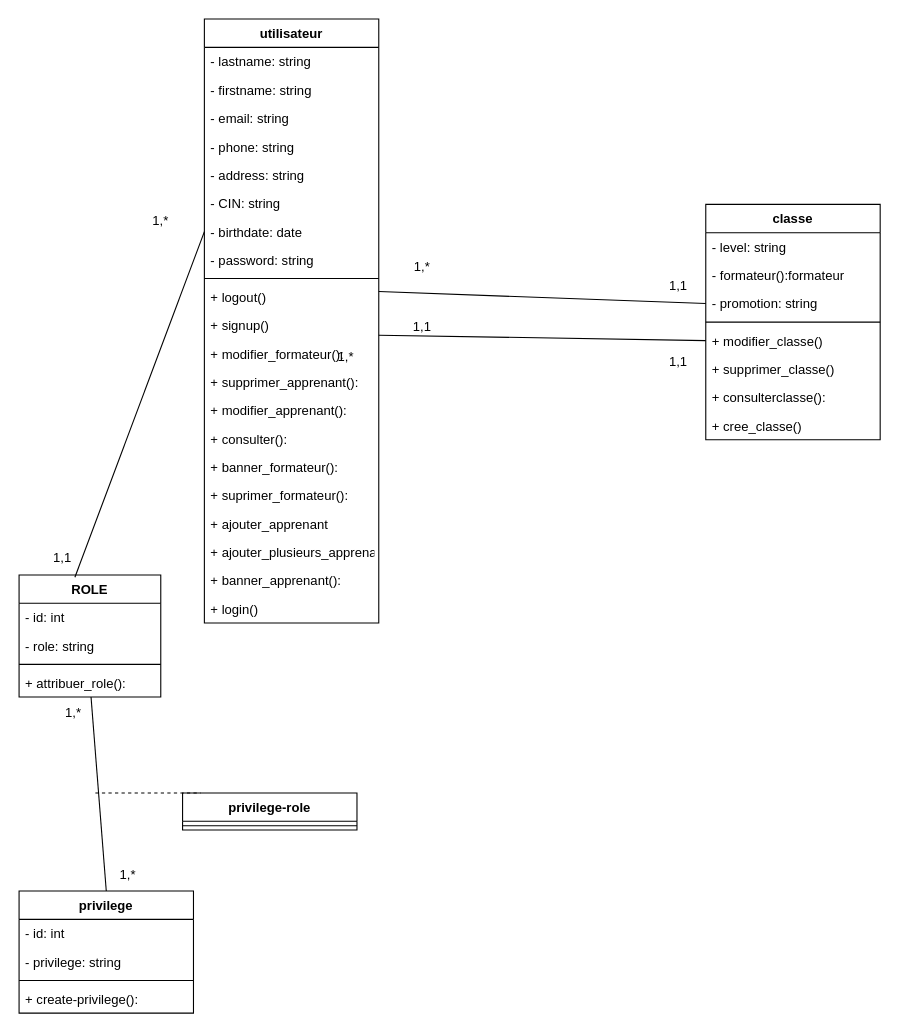
Earlier version of the draw.io diagram conception/diagramme_classe.drawio (AllaouiJihad/gestion-d-cole-YouCode). Source tidied: cells renumbered, new cells numbered last; positions are measured from the earlier drawing's top-left corner, leaving out a move shared by most shapes. Both pictures are drawn from the tidied source at 109%, with x=0, y=0 at pixel (19, 19).
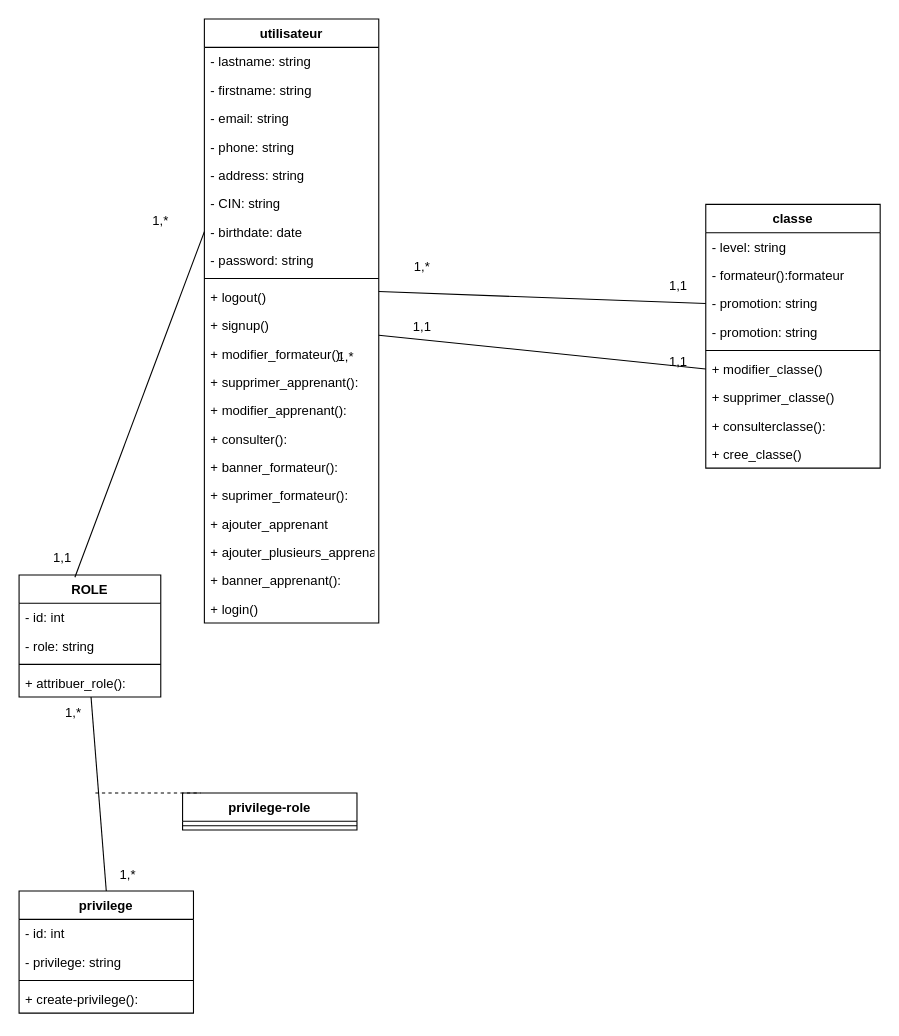
Above is the later version.

Commit message (it also covers changes not shown here):
add class classe & methods of crud

Change to the diagram source:
```diff
@@
     <mxCell id="24" value="classe" style="swimlane;fontStyle=1;align=center;verticalAlign=top;horizontal=1;startSize=26;" parent="1" vertex="1">
-      <mxGeometry x="630" y="170" width="160" height="216" as="geometry" />
+      <mxGeometry x="630" y="170" width="160" height="242" as="geometry" />
     </mxCell>
@@
+    <mxCell id="59" value="- promotion: string" style="text;strokeColor=none;fillColor=none;align=left;verticalAlign=top;spacingLeft=4;spacingRight=4;overflow=hidden;" parent="24" vertex="1">
+      <mxGeometry y="104" width="160" height="26" as="geometry" />
+    </mxCell>
     <mxCell id="28" style="line;strokeWidth=1;fillColor=none;align=left;verticalAlign=middle;spacingTop=-1;spacingLeft=3;spacingRight=3;labelPosition=right;strokeColor=inherit;" parent="24" vertex="1">
-      <mxGeometry y="104" width="160" height="8" as="geometry" />
+      <mxGeometry y="130" width="160" height="8" as="geometry" />
     </mxCell>
     <mxCell id="29" value="+ modifier_classe()" style="text;strokeColor=none;fillColor=none;align=left;verticalAlign=top;spacingLeft=4;spacingRight=4;overflow=hidden;points=[[0,0.5],[1,0.5]];portConstraint=eastwest;" parent="24" vertex="1">
-      <mxGeometry y="112" width="160" height="26" as="geometry" />
+      <mxGeometry y="138" width="160" height="26" as="geometry" />
     </mxCell>
     <mxCell id="30" value="+ supprimer_classe()" style="text;strokeColor=none;fillColor=none;align=left;verticalAlign=top;spacingLeft=4;spacingRight=4;overflow=hidden;" parent="24" vertex="1">
-      <mxGeometry y="138" width="160" height="26" as="geometry" />
+      <mxGeometry y="164" width="160" height="26" as="geometry" />
     </mxCell>
     <mxCell id="31" value="+ consulterclasse():" style="text;strokeColor=none;fillColor=none;align=left;verticalAlign=top;spacingLeft=4;spacingRight=4;overflow=hidden;" parent="24" vertex="1">
-      <mxGeometry y="164" width="160" height="26" as="geometry" />
+      <mxGeometry y="190" width="160" height="26" as="geometry" />
     </mxCell>
     <mxCell id="32" value="+ cree_classe()" style="text;strokeColor=none;fillColor=none;align=left;verticalAlign=top;spacingLeft=4;spacingRight=4;overflow=hidden;" parent="24" vertex="1">
-      <mxGeometry y="190" width="160" height="26" as="geometry" />
+      <mxGeometry y="216" width="160" height="26" as="geometry" />
     </mxCell>
```
